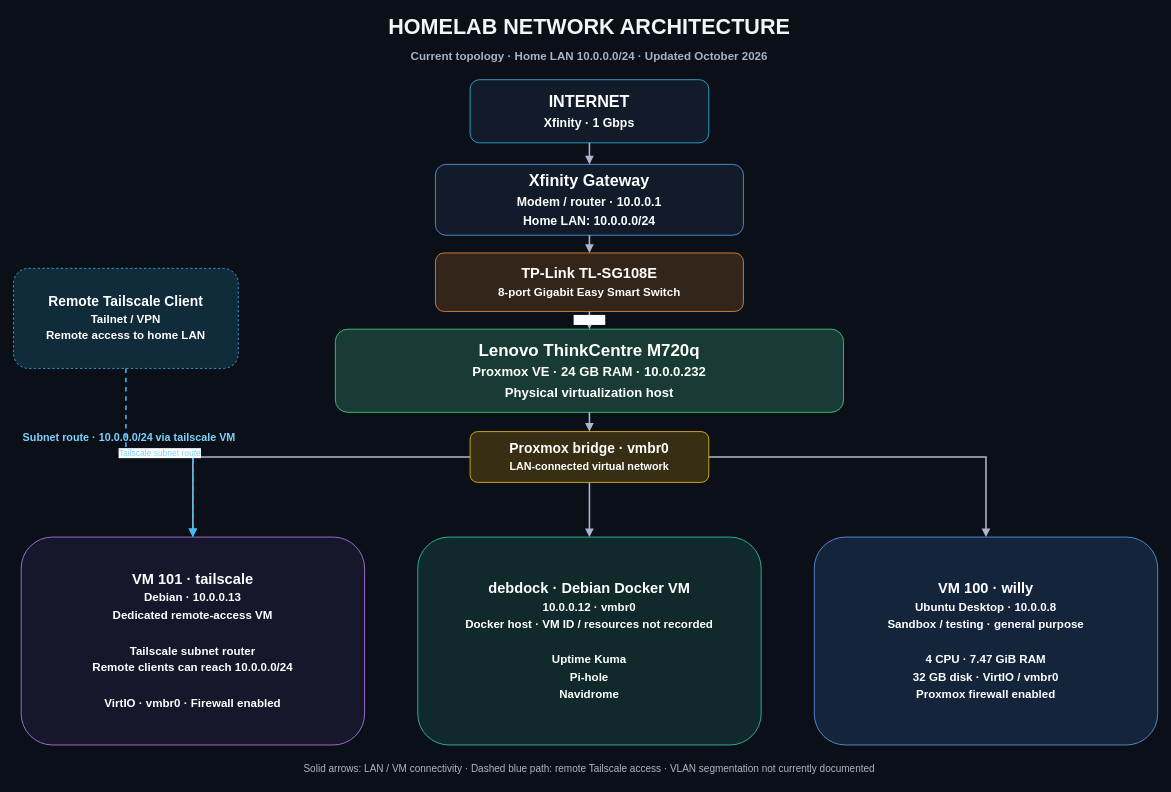
The draw.io diagram architecture/homelab-network-diagram-fixed.drawio in JoeyWillis024/infrastructure-lab-, before the edit. Source tidied: cells renumbered, new cells numbered last; positions are measured from the earlier drawing's top-left corner, leaving out a move shared by most shapes. Both pictures are drawn from the tidied source at 77%, with x=0, y=0 at pixel (13, 14).
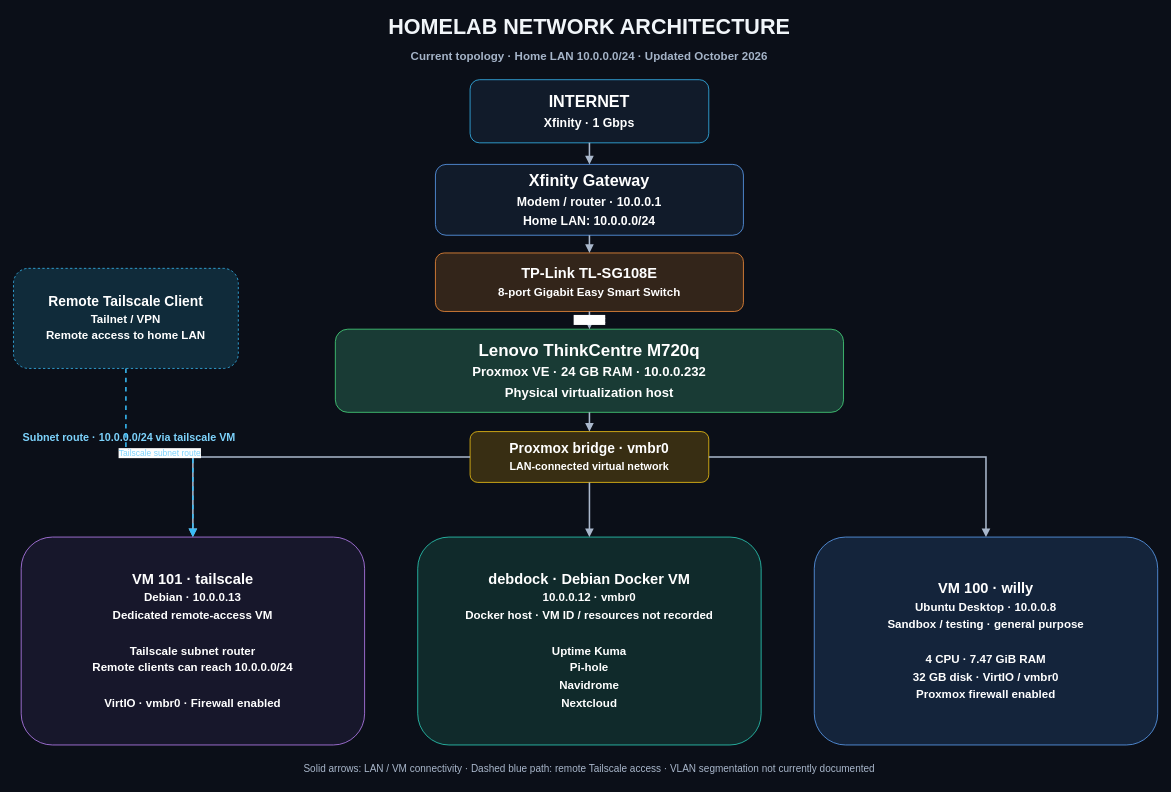
Above is the later version.

Commit message (it also covers changes not shown here):
Update architecture diagram with Nextcloud

Change to the diagram source:
```diff
@@
-    <mxCell id="10" value="debdock · Debian Docker VM&lt;br&gt;&lt;font style=&quot;font-size:15px;&quot;&gt;10.0.0.12 · vmbr0&lt;br&gt;Docker host · VM ID / resources not recorded&lt;br&gt;&lt;br&gt;Uptime Kuma&lt;br&gt;Pi-hole&lt;br&gt;Navidrome&lt;/font&gt;" style="rounded=1;whiteSpace=wrap;html=1;fillColor=#102a2b;strokeColor=#2dd4bf;fontColor=#ffffff;fontSize=19;fontStyle=1;spacing=12;" parent="1" vertex="1">
+    <mxCell id="10" value="debdock · Debian Docker VM&lt;br&gt;&lt;font style=&quot;font-size:15px;&quot;&gt;10.0.0.12 · vmbr0&lt;br&gt;Docker host · VM ID / resources not recorded&lt;br&gt;&lt;br&gt;Uptime Kuma&lt;br&gt;Pi-hole&lt;br&gt;Navidrome&lt;br&gt;Nextcloud&lt;/font&gt;" style="rounded=1;whiteSpace=wrap;html=1;fillColor=#102a2b;strokeColor=#2dd4bf;fontColor=#ffffff;fontSize=19;fontStyle=1;spacing=12;" parent="1" vertex="1">
       <mxGeometry x="525" y="679" width="446" height="270" as="geometry" />
     </mxCell>
```
